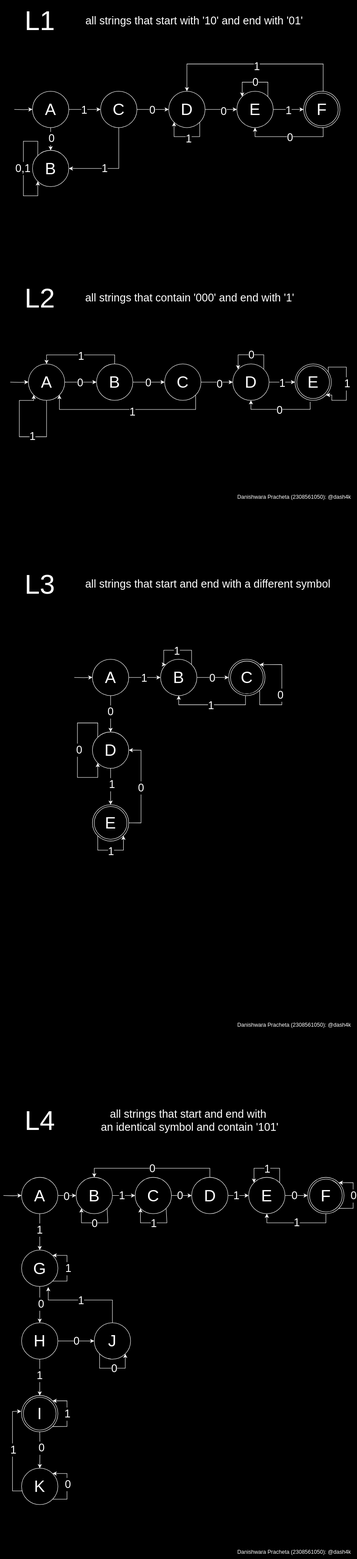
This is tbo/tugas-1/transition-diagram.drawio.svg from dash4k/informatika-semester-3, a draw.io export, as it was before one commit. Source tidied: cells renumbered, new cells last; positions are measured from the earlier drawing's top-left corner, leaving out a move shared by most shapes.
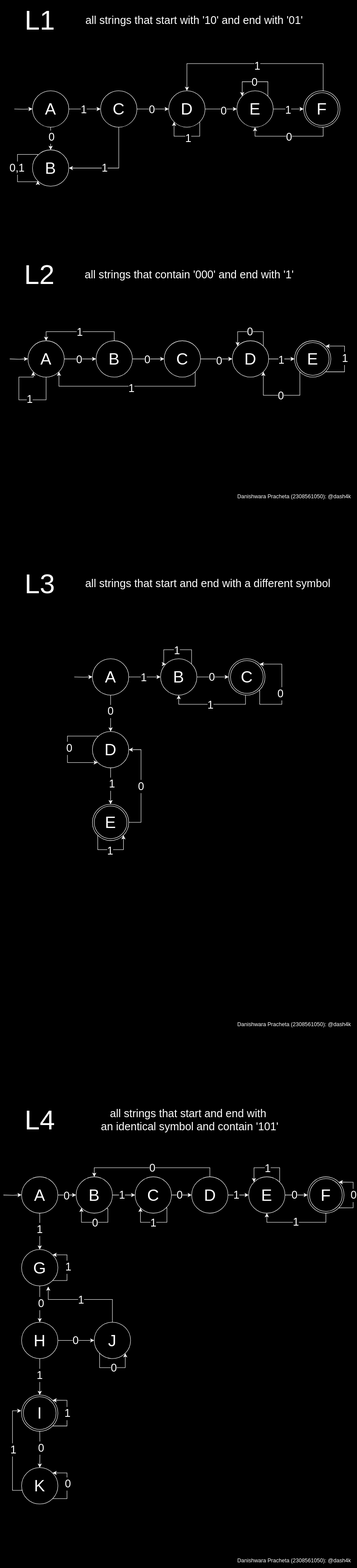
The same diagram one commit later.

The edit, as a diff of the source:
```diff
@@ -102,10 +102,10 @@
     <mxCell id="28" style="edgeStyle=orthogonalEdgeStyle;rounded=0;orthogonalLoop=1;jettySize=auto;html=1;entryX=0;entryY=1;entryDx=0;entryDy=0;exitX=0;exitY=0;exitDx=0;exitDy=0;" parent="1" edge="1" source="24" target="24">
       <mxGeometry relative="1" as="geometry">
         <Array as="points">
-          <mxPoint x="76" y="310" />
-          <mxPoint x="44" y="310" />
-          <mxPoint x="44" y="430" />
-          <mxPoint x="76" y="430" />
+          <mxPoint x="76" y="340" />
+          <mxPoint x="31" y="340" />
+          <mxPoint x="31" y="400" />
+          <mxPoint x="76" y="400" />
         </Array>
       </mxGeometry>
     </mxCell>
@@ -141,7 +141,7 @@
       <mxGeometry x="-0.09" y="-1" relative="1" as="geometry" />
     </mxCell>
     <mxCell id="36" value="&lt;font style=&quot;font-size: 36px;&quot;&gt;A&lt;/font&gt;" style="ellipse;whiteSpace=wrap;html=1;" parent="1" vertex="1">
-      <mxGeometry x="55" y="800.1" width="80" height="80" as="geometry" />
+      <mxGeometry x="54" y="750.1" width="80" height="80" as="geometry" />
     </mxCell>
     <mxCell id="37" style="edgeStyle=orthogonalEdgeStyle;rounded=0;jettySize=auto;html=1;entryX=0;entryY=0.5;entryDx=0;entryDy=0;" parent="1" edge="1" source="41" target="44">
       <mxGeometry relative="1" as="geometry" />
@@ -152,8 +152,8 @@
     <mxCell id="39" style="edgeStyle=orthogonalEdgeStyle;rounded=0;jettySize=auto;html=1;entryX=0.5;entryY=0;entryDx=0;entryDy=0;" parent="1" edge="1" source="41" target="36">
       <mxGeometry relative="1" as="geometry">
         <Array as="points">
-          <mxPoint x="245" y="780.2" />
-          <mxPoint x="95" y="780.2" />
+          <mxPoint x="244" y="730.2" />
+          <mxPoint x="94" y="730.2" />
         </Array>
       </mxGeometry>
     </mxCell>
@@ -161,7 +161,7 @@
       <mxGeometry x="0.01" y="1" relative="1" as="geometry" />
     </mxCell>
     <mxCell id="41" value="&lt;span style=&quot;font-size: 36px;&quot;&gt;B&lt;/span&gt;" style="ellipse;whiteSpace=wrap;html=1;" parent="1" vertex="1">
-      <mxGeometry x="205" y="800.1" width="80" height="80" as="geometry" />
+      <mxGeometry x="204" y="750.1" width="80" height="80" as="geometry" />
     </mxCell>
     <mxCell id="42" style="edgeStyle=orthogonalEdgeStyle;rounded=0;jettySize=auto;html=1;entryX=0;entryY=0.5;entryDx=0;entryDy=0;" parent="1" edge="1" source="44" target="45">
       <mxGeometry relative="1" as="geometry" />
@@ -170,16 +170,16 @@
       <mxGeometry x="0.15" y="-4" relative="1" as="geometry" />
     </mxCell>
     <mxCell id="44" value="&lt;span style=&quot;font-size: 36px;&quot;&gt;C&lt;/span&gt;" style="ellipse;whiteSpace=wrap;html=1;" parent="1" vertex="1">
-      <mxGeometry x="355" y="800.1" width="80" height="80" as="geometry" />
+      <mxGeometry x="354" y="750.1" width="80" height="80" as="geometry" />
     </mxCell>
     <mxCell id="45" value="&lt;span style=&quot;font-size: 36px;&quot;&gt;D&lt;/span&gt;" style="ellipse;whiteSpace=wrap;html=1;" parent="1" vertex="1">
-      <mxGeometry x="505" y="800.1" width="80" height="80" as="geometry" />
+      <mxGeometry x="504" y="750.1" width="80" height="80" as="geometry" />
     </mxCell>
-    <mxCell id="46" style="edgeStyle=orthogonalEdgeStyle;rounded=0;jettySize=auto;html=1;entryX=0.5;entryY=1;entryDx=0;entryDy=0;exitX=0.417;exitY=1.04;exitDx=0;exitDy=0;exitPerimeter=0;" parent="1" edge="1" source="84" target="45">
+    <mxCell id="46" style="edgeStyle=orthogonalEdgeStyle;rounded=0;jettySize=auto;html=1;entryX=1;entryY=1;entryDx=0;entryDy=0;exitX=0;exitY=1;exitDx=0;exitDy=0;" parent="1" edge="1" source="84" target="45">
       <mxGeometry relative="1" as="geometry">
         <Array as="points">
-          <mxPoint x="675" y="900" />
-          <mxPoint x="545" y="900" />
+          <mxPoint x="653" y="870" />
+          <mxPoint x="572" y="870" />
         </Array>
       </mxGeometry>
     </mxCell>
@@ -194,15 +194,15 @@
     </mxCell>
     <mxCell id="50" style="edgeStyle=orthogonalEdgeStyle;rounded=0;orthogonalLoop=1;jettySize=auto;html=1;entryX=0;entryY=0.5;entryDx=0;entryDy=0;" parent="1" edge="1">
       <mxGeometry relative="1" as="geometry">
-        <mxPoint x="15" y="840.1" as="sourcePoint" />
-        <mxPoint x="55" y="839.8" as="targetPoint" />
+        <mxPoint x="14" y="790.1" as="sourcePoint" />
+        <mxPoint x="54" y="789.8" as="targetPoint" />
       </mxGeometry>
     </mxCell>
     <mxCell id="51" style="edgeStyle=orthogonalEdgeStyle;rounded=0;orthogonalLoop=1;jettySize=auto;html=1;exitX=1;exitY=0;exitDx=0;exitDy=0;entryX=0;entryY=0;entryDx=0;entryDy=0;" parent="1" edge="1" source="45" target="45">
       <mxGeometry relative="1" as="geometry">
         <Array as="points">
-          <mxPoint x="573" y="780.1" />
-          <mxPoint x="517" y="780.1" />
+          <mxPoint x="572" y="730.1" />
+          <mxPoint x="516" y="730.1" />
         </Array>
       </mxGeometry>
     </mxCell>
@@ -212,37 +212,21 @@
     <mxCell id="53" style="edgeStyle=orthogonalEdgeStyle;rounded=0;jettySize=auto;html=1;exitX=1;exitY=1;exitDx=0;exitDy=0;entryX=1;entryY=1;entryDx=0;entryDy=0;" parent="1" edge="1" source="44" target="36">
       <mxGeometry relative="1" as="geometry">
         <Array as="points">
-          <mxPoint x="423" y="900.2" />
-          <mxPoint x="123" y="900.2" />
+          <mxPoint x="422" y="850.2" />
+          <mxPoint x="122" y="850.2" />
         </Array>
       </mxGeometry>
     </mxCell>
     <mxCell id="54" value="&lt;span style=&quot;font-size: 24px;&quot;&gt;1&lt;/span&gt;" style="edgeLabel;html=1;align=center;verticalAlign=middle;" parent="53" vertex="1">
       <mxGeometry x="-0.05" y="4" relative="1" as="geometry" />
     </mxCell>
-    <mxCell id="55" style="edgeStyle=orthogonalEdgeStyle;rounded=0;orthogonalLoop=1;jettySize=auto;html=1;exitX=0.915;exitY=0.251;exitDx=0;exitDy=0;entryX=1;entryY=1;entryDx=0;entryDy=0;exitPerimeter=0;" parent="1" edge="1" source="84" target="84">
-      <mxGeometry relative="1" as="geometry">
-        <Array as="points">
-          <mxPoint x="715" y="807" />
-          <mxPoint x="755" y="807" />
-          <mxPoint x="755" y="880" />
-          <mxPoint x="723" y="880" />
-          <mxPoint x="723" y="868" />
-        </Array>
-      </mxGeometry>
-    </mxCell>
-    <mxCell id="56" value="&lt;span style=&quot;font-size: 24px;&quot;&gt;1&lt;/span&gt;" style="edgeLabel;html=1;align=center;verticalAlign=middle;" parent="55" vertex="1">
-      <mxGeometry x="-0.01" y="1" relative="1" as="geometry">
-        <mxPoint y="-1" as="offset" />
-      </mxGeometry>
-    </mxCell>
     <mxCell id="57" style="edgeStyle=orthogonalEdgeStyle;rounded=0;orthogonalLoop=1;jettySize=auto;html=1;exitX=0.5;exitY=1;exitDx=0;exitDy=0;entryX=0;entryY=1;entryDx=0;entryDy=0;" parent="1" edge="1" source="36" target="36">
       <mxGeometry relative="1" as="geometry">
         <Array as="points">
-          <mxPoint x="95" y="960.2" />
-          <mxPoint x="35" y="960.2" />
-          <mxPoint x="35" y="880.2" />
-          <mxPoint x="67" y="880.2" />
+          <mxPoint x="94" y="880" />
+          <mxPoint x="34" y="880" />
+          <mxPoint x="34" y="830" />
+          <mxPoint x="66" y="830" />
         </Array>
       </mxGeometry>
     </mxCell>
@@ -358,10 +342,9 @@
     <mxCell id="81" style="edgeStyle=orthogonalEdgeStyle;rounded=0;orthogonalLoop=1;jettySize=auto;html=1;exitX=0;exitY=0;exitDx=0;exitDy=0;entryX=0;entryY=1;entryDx=0;entryDy=0;" parent="1" edge="1" source="76" target="76">
       <mxGeometry relative="1" as="geometry">
         <Array as="points">
-          <mxPoint x="208" y="1590" />
-          <mxPoint x="163" y="1590" />
-          <mxPoint x="163" y="1710" />
-          <mxPoint x="208" y="1710" />
+          <mxPoint x="208" y="1620" />
+          <mxPoint x="141" y="1620" />
+          <mxPoint x="141" y="1678" />
         </Array>
       </mxGeometry>
     </mxCell>
@@ -372,7 +355,7 @@
       <mxGeometry x="661" y="200" width="80" height="80" as="geometry" />
     </mxCell>
     <mxCell id="84" value="&lt;font style=&quot;font-size: 36px;&quot;&gt;E&lt;/font&gt;" style="ellipse;shape=doubleEllipse;whiteSpace=wrap;html=1;" parent="1" vertex="1">
-      <mxGeometry x="642" y="800.1" width="80" height="80" as="geometry" />
+      <mxGeometry x="641" y="750.1" width="80" height="80" as="geometry" />
     </mxCell>
     <mxCell id="85" style="edgeStyle=orthogonalEdgeStyle;rounded=0;jettySize=auto;html=1;entryX=0;entryY=0.5;entryDx=0;entryDy=0;" parent="1" edge="1" source="89" target="92">
       <mxGeometry relative="1" as="geometry" />
@@ -615,7 +598,7 @@
       <mxGeometry x="35" width="90" height="90" as="geometry" />
     </mxCell>
     <mxCell id="140" value="&lt;font style=&quot;font-size: 60px;&quot;&gt;L2&lt;/font&gt;" style="text;html=1;align=center;verticalAlign=middle;strokeColor=none;fillColor=none;" parent="1" vertex="1">
-      <mxGeometry x="35" y="610" width="90" height="90" as="geometry" />
+      <mxGeometry x="34" y="560" width="90" height="90" as="geometry" />
     </mxCell>
     <mxCell id="141" value="&lt;font style=&quot;font-size: 60px;&quot;&gt;L3&lt;/font&gt;" style="text;html=1;align=center;verticalAlign=middle;strokeColor=none;fillColor=none;" parent="1" vertex="1">
       <mxGeometry x="35" y="1240" width="90" height="90" as="geometry" />
@@ -627,7 +610,7 @@
       <mxGeometry x="170" y="25" width="500" height="40" as="geometry" />
     </mxCell>
     <mxCell id="144" value="&lt;span style=&quot;font-size: 24px;&quot;&gt;all strings that contain '000' and end with '1'&lt;/span&gt;" style="text;html=1;align=center;verticalAlign=middle;strokeColor=none;fillColor=none;" parent="1" vertex="1">
-      <mxGeometry x="170" y="635" width="480" height="40" as="geometry" />
+      <mxGeometry x="169" y="585" width="480" height="40" as="geometry" />
     </mxCell>
     <mxCell id="145" value="&lt;span style=&quot;font-size: 24px;&quot;&gt;all strings that start and end with a different symbol&lt;/span&gt;" style="text;html=1;align=center;verticalAlign=middle;strokeColor=none;fillColor=none;" parent="1" vertex="1">
       <mxGeometry x="170" y="1265" width="560" height="40" as="geometry" />
@@ -642,7 +625,18 @@
       <mxGeometry x="505" y="2240" width="270" height="30" as="geometry" />
     </mxCell>
     <mxCell id="149" value="Danishwara Pracheta (2308561050): @dash4k" style="text;html=1;align=center;verticalAlign=middle;strokeColor=none;fillColor=none;" parent="1" vertex="1">
-      <mxGeometry x="505" y="3400" width="270" height="30" as="geometry" />
+      <mxGeometry x="505" y="3420" width="270" height="30" as="geometry" />
     </mxCell>
+    <mxCell id="55" style="edgeStyle=orthogonalEdgeStyle;rounded=0;orthogonalLoop=1;jettySize=auto;html=1;exitX=1;exitY=1;exitDx=0;exitDy=0;entryX=1;entryY=0;entryDx=0;entryDy=0;" parent="1" edge="1" source="84" target="84">
+      <mxGeometry relative="1" as="geometry">
+        <Array as="points">
+          <mxPoint x="751" y="818" />
+          <mxPoint x="751" y="762" />
+        </Array>
+      </mxGeometry>
+    </mxCell>
+    <mxCell id="56" value="&lt;span style=&quot;font-size: 24px;&quot;&gt;1&lt;/span&gt;" style="edgeLabel;html=1;align=center;verticalAlign=middle;" parent="55" vertex="1">
+      <mxGeometry x="0.01" relative="1" as="geometry" />
+    </mxCell>
   </root>
 </mxGraphModel>
```
